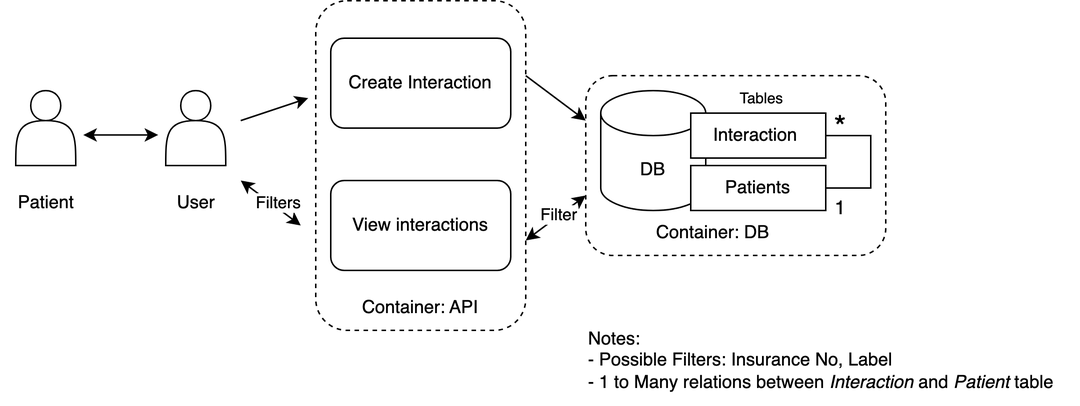
Before: images/doc_pat_block.png, a diagram exported from draw.io (NandaAnand/doctor-patient-interactions-manager). Source tidied: cells renumbered, new cells last; positions are measured from the earlier drawing's top-left corner, leaving out a move shared by most shapes. Source of this version:
```xml
<mxGraphModel>
  <root>
    <mxCell id="0" />
    <mxCell id="1" parent="0" />
    <mxCell id="2" style="shape=actor;whiteSpace=wrap;html=1;" parent="1" vertex="1">
      <mxGeometry x="110" y="60" width="40" height="50" as="geometry" />
    </mxCell>
    <mxCell id="3" style="shape=actor;whiteSpace=wrap;html=1;" parent="1" vertex="1">
      <mxGeometry x="10" y="60" width="40" height="50" as="geometry" />
    </mxCell>
    <mxCell id="4" value="Create Interaction" style="rounded=1;whiteSpace=wrap;html=1;" parent="1" vertex="1">
      <mxGeometry x="220" y="25" width="120" height="60" as="geometry" />
    </mxCell>
    <mxCell id="5" value="View interactions" style="rounded=1;whiteSpace=wrap;html=1;" parent="1" vertex="1">
      <mxGeometry x="220" y="120" width="120" height="60" as="geometry" />
    </mxCell>
    <mxCell id="6" value="DB" style="shape=cylinder3;whiteSpace=wrap;html=1;boundedLbl=1;backgroundOutline=1;size=15;" parent="1" vertex="1">
      <mxGeometry x="400" y="60" width="70" height="80" as="geometry" />
    </mxCell>
    <mxCell id="7" value="Interaction&amp;nbsp;" style="rounded=0;whiteSpace=wrap;html=1;" parent="1" vertex="1">
      <mxGeometry x="460" y="75" width="90" height="30" as="geometry" />
    </mxCell>
    <mxCell id="8" value="Patients" style="rounded=0;whiteSpace=wrap;html=1;" parent="1" vertex="1">
      <mxGeometry x="460" y="110" width="90" height="30" as="geometry" />
    </mxCell>
    <mxCell id="9" value="Patient" style="text;html=1;align=center;verticalAlign=middle;strokeColor=none;fillColor=none;" parent="1" vertex="1">
      <mxGeometry y="120" width="60" height="30" as="geometry" />
    </mxCell>
    <mxCell id="10" value="User" style="text;html=1;align=center;verticalAlign=middle;strokeColor=none;fillColor=none;" parent="1" vertex="1">
      <mxGeometry x="105" y="120" width="50" height="30" as="geometry" />
    </mxCell>
    <mxCell id="11" style="endArrow=classic;startArrow=classic;html=1;rounded=0;" parent="1" edge="1">
      <mxGeometry relative="1" as="geometry">
        <mxPoint x="55" y="89.6" as="sourcePoint" />
        <mxPoint x="105" y="89.6" as="targetPoint" />
      </mxGeometry>
    </mxCell>
    <mxCell id="12" style="endArrow=classic;html=1;rounded=0;" parent="1" edge="1">
      <mxGeometry relative="1" as="geometry">
        <mxPoint x="160" y="80" as="sourcePoint" />
        <mxPoint x="205" y="65" as="targetPoint" />
      </mxGeometry>
    </mxCell>
    <mxCell id="13" style="endArrow=classic;html=1;rounded=0;startArrow=classic;startFill=1;" parent="1" edge="1">
      <mxGeometry relative="1" as="geometry">
        <mxPoint x="160" y="120" as="sourcePoint" />
        <mxPoint x="200" y="150" as="targetPoint" />
      </mxGeometry>
    </mxCell>
    <mxCell id="14" value="&lt;div&gt;Filters&lt;/div&gt;" style="edgeLabel;html=1;align=center;verticalAlign=middle;" parent="13" vertex="1">
      <mxGeometry x="0.12" y="3" relative="1" as="geometry" />
    </mxCell>
    <mxCell id="15" style="endArrow=classic;html=1;rounded=0;startArrow=none;startFill=0;" parent="1" edge="1">
      <mxGeometry relative="1" as="geometry">
        <mxPoint x="350" y="50" as="sourcePoint" />
        <mxPoint x="390" y="80" as="targetPoint" />
      </mxGeometry>
    </mxCell>
    <mxCell id="16" style="endArrow=classic;html=1;rounded=0;startArrow=classic;startFill=1;" parent="1" edge="1">
      <mxGeometry relative="1" as="geometry">
        <mxPoint x="350" y="160" as="sourcePoint" />
        <mxPoint x="390" y="130" as="targetPoint" />
      </mxGeometry>
    </mxCell>
    <mxCell id="17" value="Filter" style="edgeLabel;html=1;align=center;verticalAlign=middle;" parent="16" vertex="1">
      <mxGeometry x="0.13" y="1" relative="1" as="geometry" />
    </mxCell>
    <mxCell id="18" value="&lt;div&gt;Notes:&lt;/div&gt;- Possible Filters: Insurance No, Label&lt;div&gt;- 1 to Many relations between &lt;i&gt;Interaction &lt;/i&gt;and &lt;i&gt;Patient &lt;/i&gt;table&lt;/div&gt;" style="text;html=1;align=left;verticalAlign=middle;strokeColor=none;fillColor=none;" parent="1" vertex="1">
      <mxGeometry x="390" y="210" width="330" height="60" as="geometry" />
    </mxCell>
    <mxCell id="19" style="rounded=1;whiteSpace=wrap;html=1;gradientColor=default;fillColor=none;strokeColor=default;dashed=1;" parent="1" vertex="1">
      <mxGeometry x="210" width="140" height="220" as="geometry" />
    </mxCell>
    <mxCell id="20" style="rounded=1;whiteSpace=wrap;html=1;gradientColor=default;fillColor=none;strokeColor=default;dashed=1;" parent="1" vertex="1">
      <mxGeometry x="390" y="50" width="200" height="120" as="geometry" />
    </mxCell>
    <mxCell id="21" value="Container: API" style="text;html=1;align=center;verticalAlign=middle;whiteSpace=wrap;rounded=0;" parent="1" vertex="1">
      <mxGeometry x="235" y="190" width="90" height="30" as="geometry" />
    </mxCell>
    <mxCell id="22" value="Container: DB" style="text;html=1;align=center;verticalAlign=middle;whiteSpace=wrap;rounded=0;" parent="1" vertex="1">
      <mxGeometry x="430" y="140" width="90" height="30" as="geometry" />
    </mxCell>
    <mxCell id="23" style="edgeStyle=orthogonalEdgeStyle;rounded=0;jettySize=auto;html=1;entryX=1;entryY=0.5;entryDx=0;entryDy=0;exitX=1;exitY=0.5;exitDx=0;exitDy=0;endArrow=none;endFill=0;" parent="1" edge="1" source="7" target="8">
      <mxGeometry relative="1" as="geometry">
        <Array as="points">
          <mxPoint x="580" y="90" />
          <mxPoint x="580" y="125" />
        </Array>
      </mxGeometry>
    </mxCell>
    <mxCell id="24" value="&lt;font style=&quot;font-size: 21px;&quot;&gt;*&lt;/font&gt;" style="text;html=1;align=center;verticalAlign=middle;whiteSpace=wrap;rounded=0;strokeWidth=5;" parent="1" vertex="1">
      <mxGeometry x="530" y="70" width="60" height="30" as="geometry" />
    </mxCell>
    <mxCell id="25" value="&lt;font style=&quot;font-size: 13px;&quot;&gt;1&lt;/font&gt;" style="text;html=1;align=center;verticalAlign=middle;whiteSpace=wrap;rounded=0;strokeWidth=5;" parent="1" vertex="1">
      <mxGeometry x="530" y="123" width="60" height="30" as="geometry" />
    </mxCell>
    <mxCell id="26" value="&lt;font style=&quot;font-size: 10px;&quot;&gt;Tables&lt;/font&gt;" style="text;html=1;align=center;verticalAlign=middle;whiteSpace=wrap;rounded=0;strokeWidth=0;" parent="1" vertex="1">
      <mxGeometry x="480" y="50" width="55" height="30" as="geometry" />
    </mxCell>
  </root>
</mxGraphModel>
```
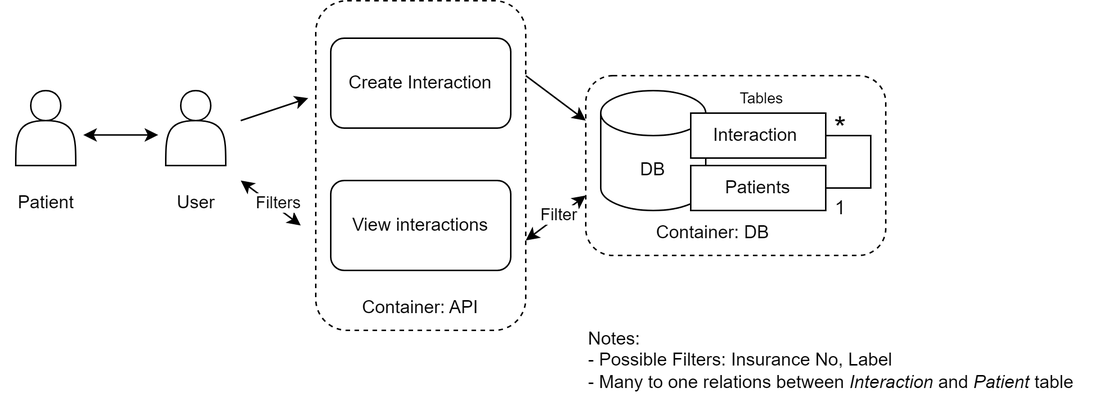
After the commit.

The edit, as a diff of the source:
```diff
@@ -65,8 +65,8 @@
     <mxCell id="17" value="Filter" style="edgeLabel;html=1;align=center;verticalAlign=middle;" parent="16" vertex="1">
       <mxGeometry x="0.13" y="1" relative="1" as="geometry" />
     </mxCell>
-    <mxCell id="18" value="&lt;div&gt;Notes:&lt;/div&gt;- Possible Filters: Insurance No, Label&lt;div&gt;- 1 to Many relations between &lt;i&gt;Interaction &lt;/i&gt;and &lt;i&gt;Patient &lt;/i&gt;table&lt;/div&gt;" style="text;html=1;align=left;verticalAlign=middle;strokeColor=none;fillColor=none;" parent="1" vertex="1">
-      <mxGeometry x="390" y="210" width="330" height="60" as="geometry" />
+    <mxCell id="18" value="&lt;div&gt;Notes:&lt;/div&gt;- Possible Filters: Insurance No, Label&lt;div&gt;- Many to one relations between &lt;i&gt;Interaction &lt;/i&gt;and &lt;i&gt;Patient &lt;/i&gt;table&lt;/div&gt;" style="text;html=1;align=left;verticalAlign=middle;strokeColor=none;fillColor=none;" parent="1" vertex="1">
+      <mxGeometry x="390" y="210" width="350" height="60" as="geometry" />
     </mxCell>
     <mxCell id="19" style="rounded=1;whiteSpace=wrap;html=1;gradientColor=default;fillColor=none;strokeColor=default;dashed=1;" parent="1" vertex="1">
       <mxGeometry x="210" width="140" height="220" as="geometry" />
```
